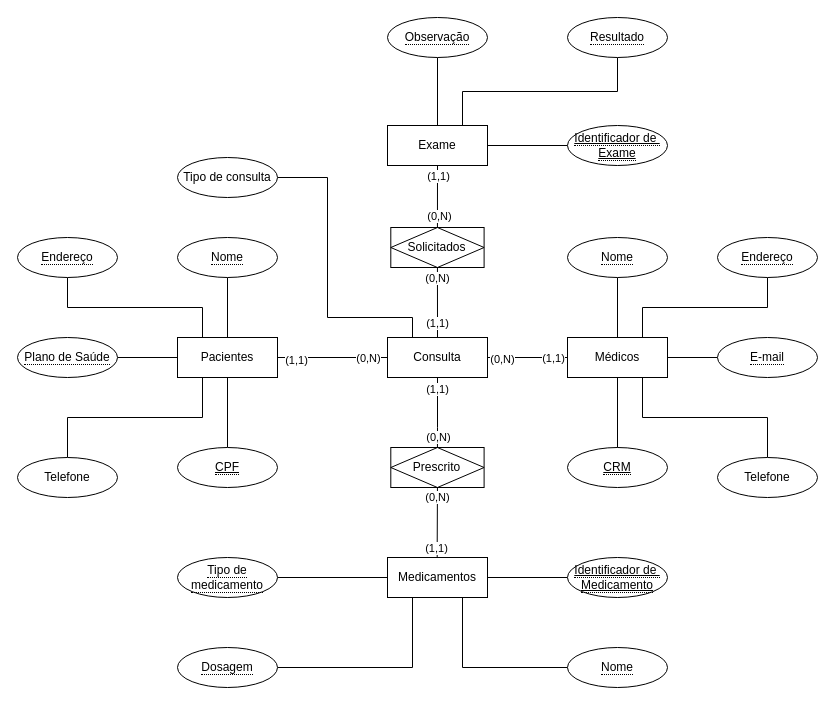
Earlier version of the draw.io diagram Diagramas/Diagrama 04.drawio (bruniculos08/BAN1002). Source tidied: cells renumbered, new cells numbered last; positions are measured from the earlier drawing's top-left corner, leaving out a move shared by most shapes. Both pictures are drawn from the tidied source at 100%, with x=0, y=0 at pixel (17, 17).
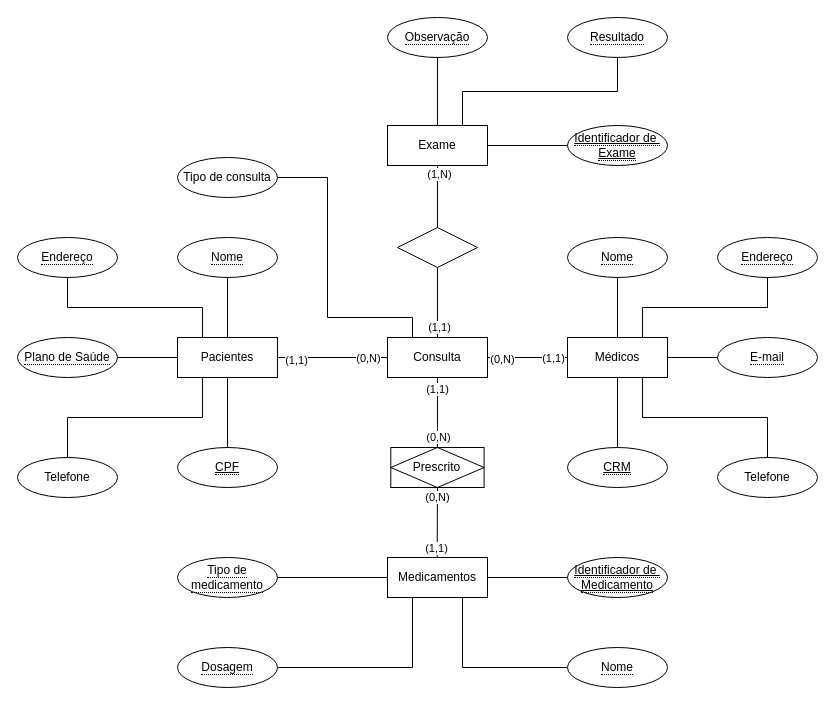
After the change.

The change refers to these unchanged cells:
```xml
<mxCell id="26" value="Consulta" style="whiteSpace=wrap;html=1;align=center;" parent="1" vertex="1">
  <mxGeometry x="370" y="320" width="100" height="40" as="geometry" />
</mxCell>
<mxCell id="30" value="Exame" style="whiteSpace=wrap;html=1;align=center;" parent="1" vertex="1">
  <mxGeometry x="370" y="108" width="100" height="40" as="geometry" />
</mxCell>
```

What changed in the source:
```diff
@@
+    <mxCell id="63" style="edgeStyle=orthogonalEdgeStyle;rounded=0;jettySize=auto;html=1;exitX=0.5;exitY=0;exitDx=0;exitDy=0;entryX=0.5;entryY=1;entryDx=0;entryDy=0;endArrow=none;endFill=0;" parent="1" edge="1" source="26" target="67">
+      <mxGeometry relative="1" as="geometry" />
+    </mxCell>
+    <mxCell id="64" value="(1,1)" style="edgeLabel;html=1;align=center;verticalAlign=middle;" parent="63" vertex="1">
+      <mxGeometry x="-0.69" y="-1" relative="1" as="geometry" />
+    </mxCell>
@@
+    <mxCell id="65" style="edgeStyle=orthogonalEdgeStyle;rounded=0;jettySize=auto;html=1;exitX=0.5;exitY=1;exitDx=0;exitDy=0;entryX=0.5;entryY=0;entryDx=0;entryDy=0;endArrow=none;endFill=0;" parent="1" edge="1" source="30" target="67">
+      <mxGeometry relative="1" as="geometry" />
+    </mxCell>
+    <mxCell id="66" value="(1,N)" style="edgeLabel;html=1;align=center;verticalAlign=middle;" parent="65" vertex="1">
+      <mxGeometry x="-0.73" y="1" relative="1" as="geometry" />
+    </mxCell>
@@
-    <mxCell id="39" style="edgeStyle=orthogonalEdgeStyle;rounded=0;jettySize=auto;html=1;exitX=0.5;exitY=0;exitDx=0;exitDy=0;entryX=0.5;entryY=1;entryDx=0;entryDy=0;endArrow=none;endFill=0;" parent="1" edge="1" source="45" target="30">
-      <mxGeometry relative="1" as="geometry" />
-    </mxCell>
-    <mxCell id="40" value="(1,1)" style="edgeLabel;html=1;align=center;verticalAlign=middle;" parent="39" vertex="1">
-      <mxGeometry x="0.68" y="-1" relative="1" as="geometry" />
-    </mxCell>
-    <mxCell id="41" value="(0,N)" style="edgeLabel;html=1;align=center;verticalAlign=middle;" parent="39" vertex="1">
-      <mxGeometry x="-0.79" y="2" relative="1" as="geometry">
-        <mxPoint x="4" y="-4" as="offset" />
-      </mxGeometry>
-    </mxCell>
-    <mxCell id="42" style="edgeStyle=orthogonalEdgeStyle;rounded=0;jettySize=auto;html=1;exitX=0.5;exitY=1;exitDx=0;exitDy=0;entryX=0.5;entryY=0;entryDx=0;entryDy=0;endArrow=none;endFill=0;" parent="1" edge="1" source="45" target="26">
-      <mxGeometry relative="1" as="geometry">
-        <Array as="points">
-          <mxPoint x="420" y="310" />
-          <mxPoint x="420" y="310" />
-        </Array>
-      </mxGeometry>
-    </mxCell>
-    <mxCell id="43" value="(1,1)" style="edgeLabel;html=1;align=center;verticalAlign=middle;" parent="42" vertex="1">
-      <mxGeometry x="0.66" relative="1" as="geometry">
-        <mxPoint y="-2" as="offset" />
-      </mxGeometry>
-    </mxCell>
-    <mxCell id="44" value="(0,N)" style="edgeLabel;html=1;align=center;verticalAlign=middle;" parent="42" vertex="1">
-      <mxGeometry x="-0.7" relative="1" as="geometry" />
-    </mxCell>
-    <mxCell id="45" value="Solicitados" style="shape=associativeEntity;whiteSpace=wrap;html=1;align=center;" parent="1" vertex="1">
-      <mxGeometry x="373.3" y="210" width="93.3" height="40" as="geometry" />
-    </mxCell>
@@
+    <mxCell id="67" style="shape=rhombus;perimeter=rhombusPerimeter;whiteSpace=wrap;html=1;align=center;" parent="1" vertex="1">
+      <mxGeometry x="380" y="210" width="80" height="40" as="geometry" />
+    </mxCell>
```
